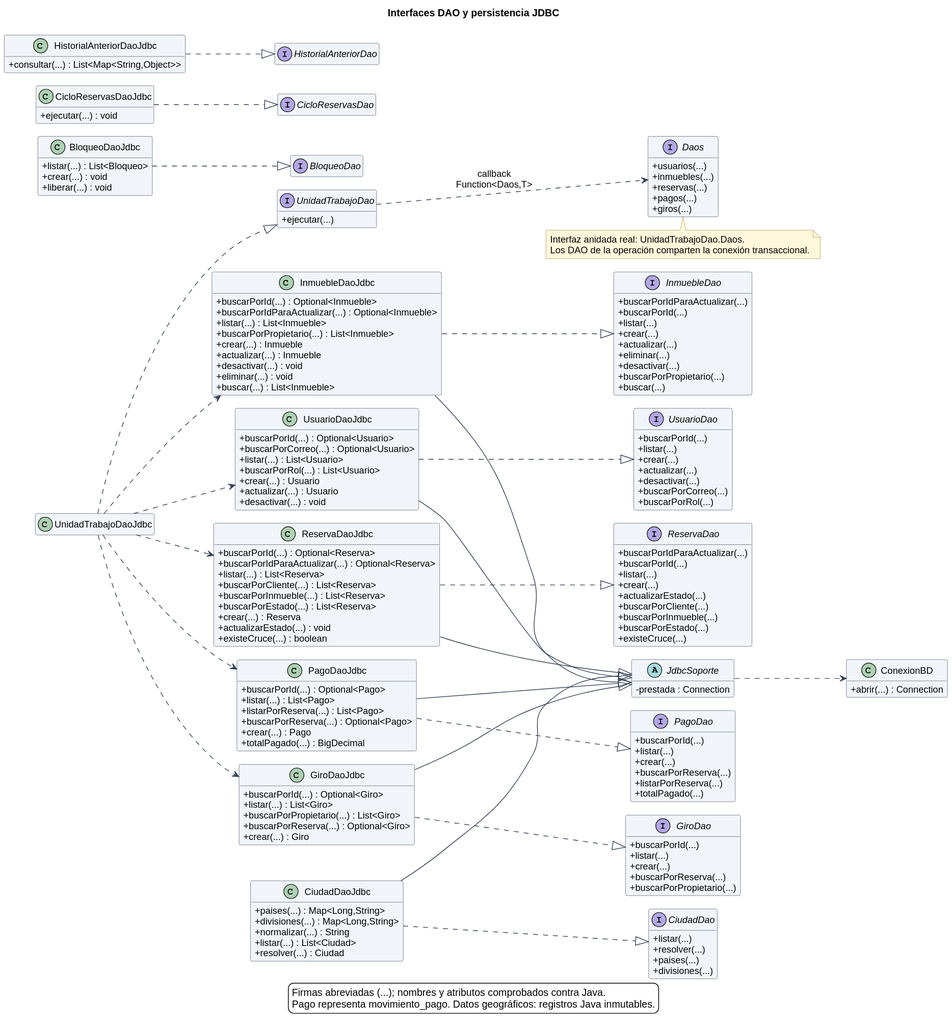
Above: docs/diagramas/07_clases_dao_jdbc.svg in Davidjp11p07/DayNest (PlantUML), before the change.
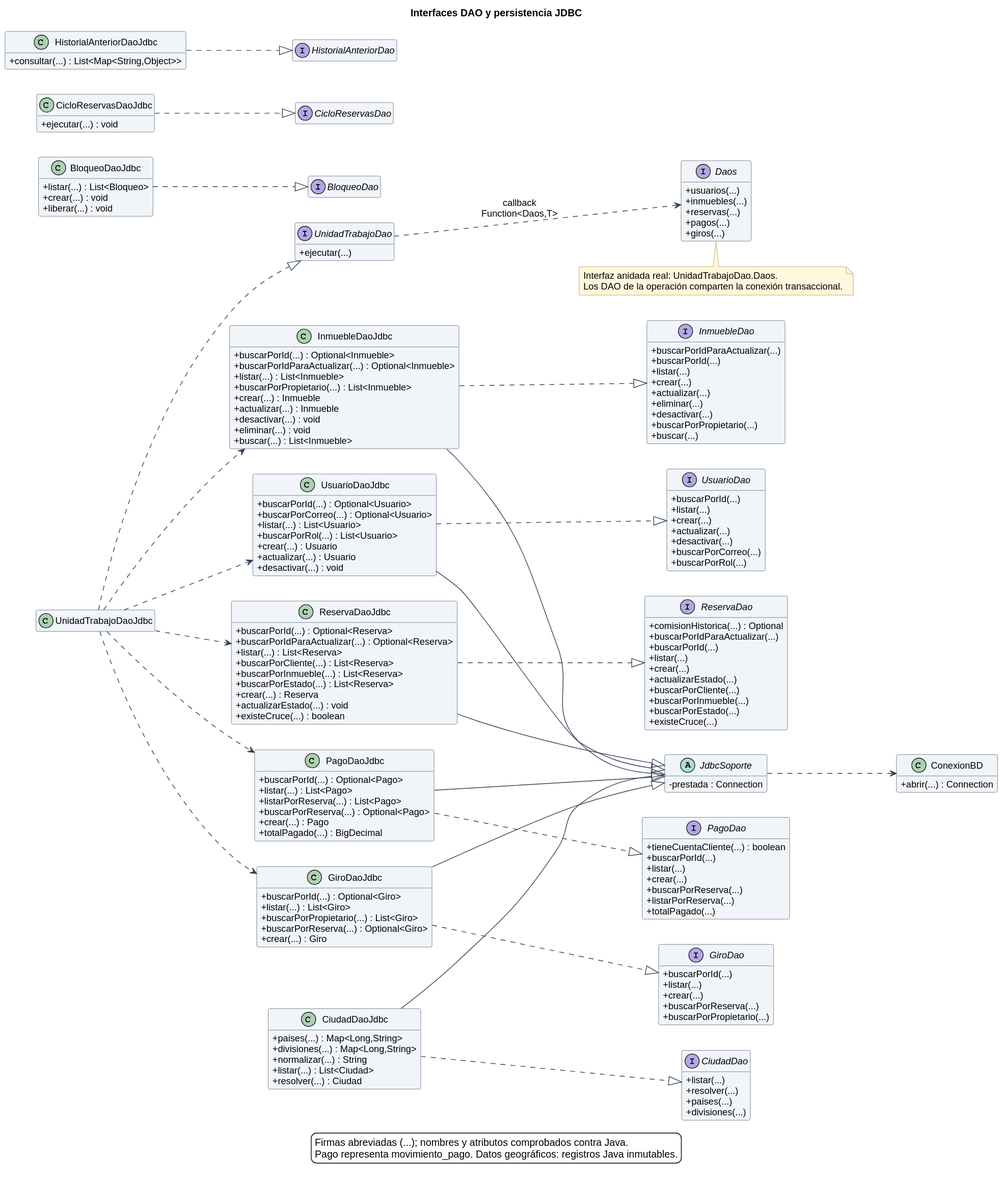
Later version of the same file.

Diff of the diagram source:
```diff
@@ -1,4 +1,5 @@
 @startuml
+skinparamlocked metana null
 !include estilo.iuml
 title Interfaces DAO y persistencia JDBC
 left to right direction
@@ -60,6 +61,7 @@
   +buscar(...) : List<Inmueble>
 }
 interface ReservaDao {
+  +comisionHistorica(...) : Optional
   +buscarPorIdParaActualizar(...)
   +buscarPorId(...)
   +listar(...)
@@ -82,6 +84,7 @@
   +existeCruce(...) : boolean
 }
 interface PagoDao {
+  +tieneCuentaCliente(...) : boolean
   +buscarPorId(...)
   +listar(...)
   +crear(...)
```
